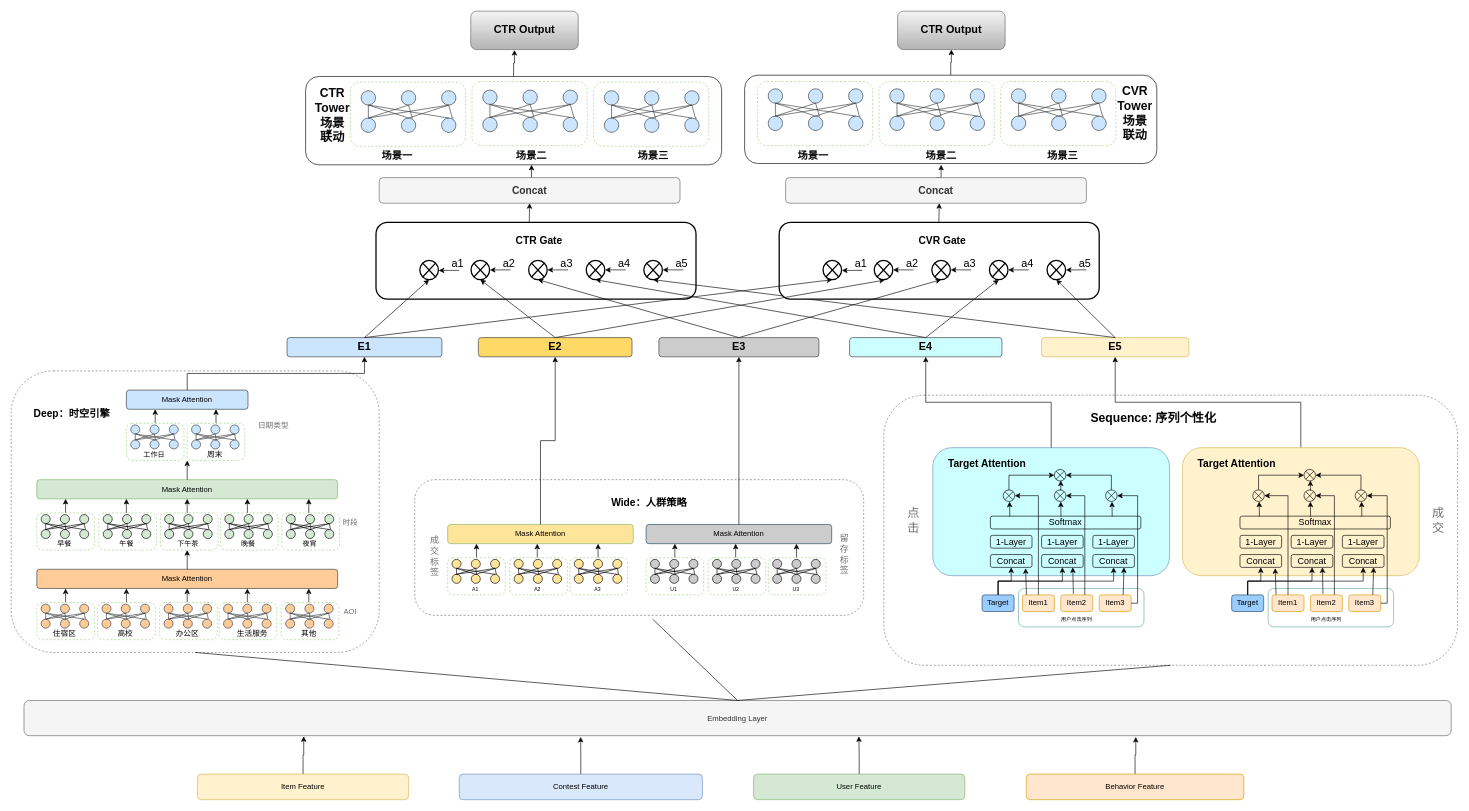
Before: 通用投放base.drawio in Xiaohu-D/-, a draw.io diagram. Source tidied: cells renumbered, new cells numbered last; positions are measured from the earlier drawing's top-left corner, leaving out a move shared by most shapes. Both pictures are drawn from the tidied source at 64%, with x=0, y=0 at pixel (11, 11).
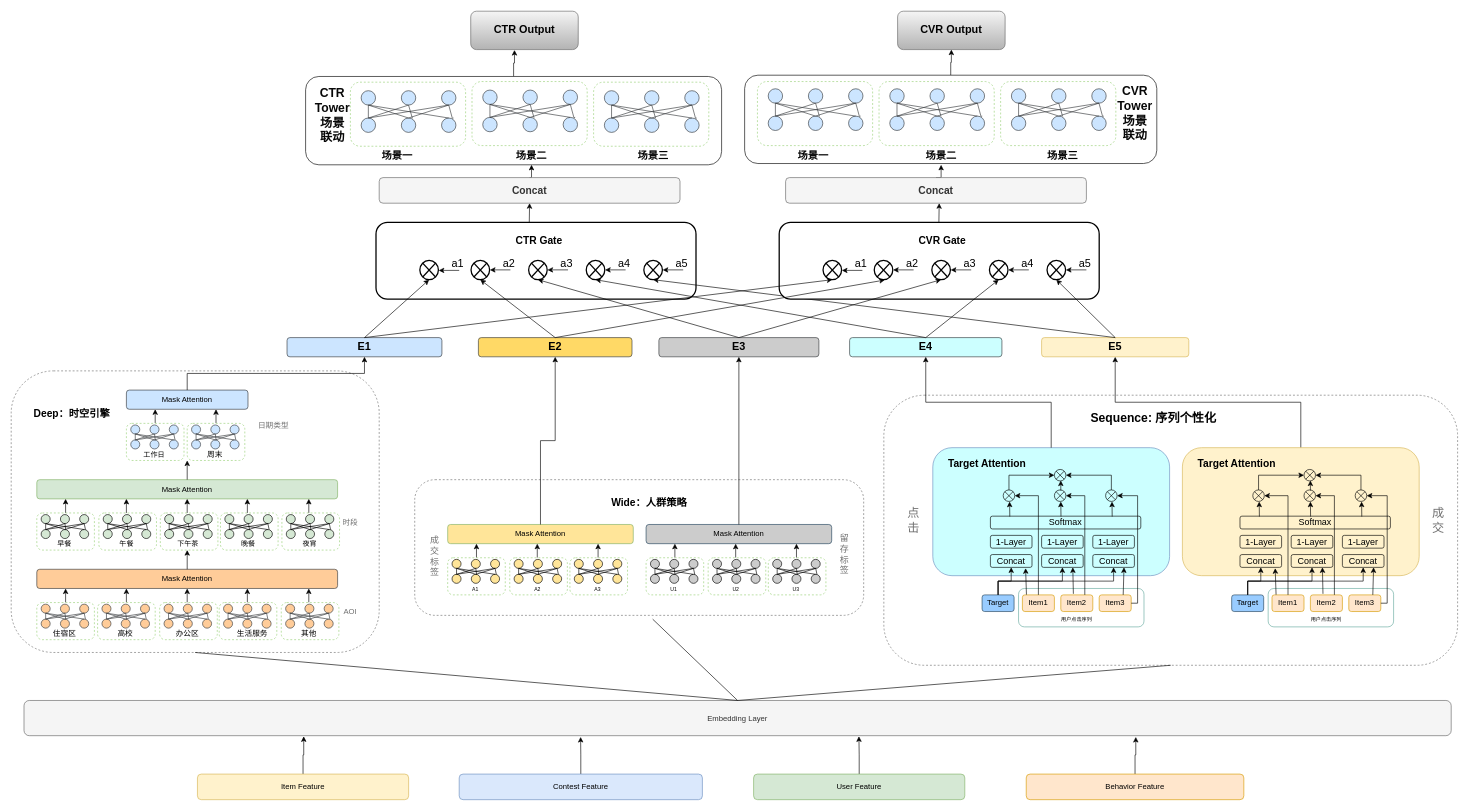
Above is the later version.

Commit message:
更新通用投放base.drawio

The change refers to these unchanged cells:
```xml
<mxCell id="662" value="&lt;span style=&quot;font-size: 19px;&quot;&gt;&lt;font color=&quot;#080808&quot;&gt;&lt;b&gt;CTR Tower 场景联动&lt;/b&gt;&lt;/font&gt;&lt;/span&gt;" style="text;html=1;strokeColor=none;fillColor=none;align=center;verticalAlign=middle;whiteSpace=wrap;rounded=0;dashed=1;opacity=1;" parent="1" vertex="1">
  <mxGeometry x="492" y="133.2" width="20" height="60" as="geometry" />
</mxCell>
```

What changed in the source:
```diff
@@
-    <mxCell id="591" value="&lt;font style=&quot;font-size: 17px;&quot;&gt;&lt;b&gt;CTR Output&lt;/b&gt;&lt;/font&gt;" style="rounded=1;whiteSpace=wrap;html=1;fillColor=#f5f5f5;strokeColor=#666666;gradientColor=#b3b3b3;" parent="1" vertex="1">
+    <mxCell id="591" value="&lt;font style=&quot;font-size: 17px;&quot;&gt;&lt;b&gt;CVR Output&lt;/b&gt;&lt;/font&gt;" style="rounded=1;whiteSpace=wrap;html=1;fillColor=#f5f5f5;strokeColor=#666666;gradientColor=#b3b3b3;" parent="1" vertex="1">
       <mxGeometry x="1385" width="168" height="60" as="geometry" />
     </mxCell>
@@
-    <mxCell id="663" style="edgeStyle=orthogonalEdgeStyle;rounded=0;orthogonalLoop=1;jettySize=auto;html=1;exitX=1;exitY=0.75;exitDx=0;exitDy=0;entryX=0.25;entryY=1;entryDx=0;entryDy=0;" parent="1" edge="1" source="662" target="662">
-      <mxGeometry relative="1" as="geometry" />
-    </mxCell>
```
